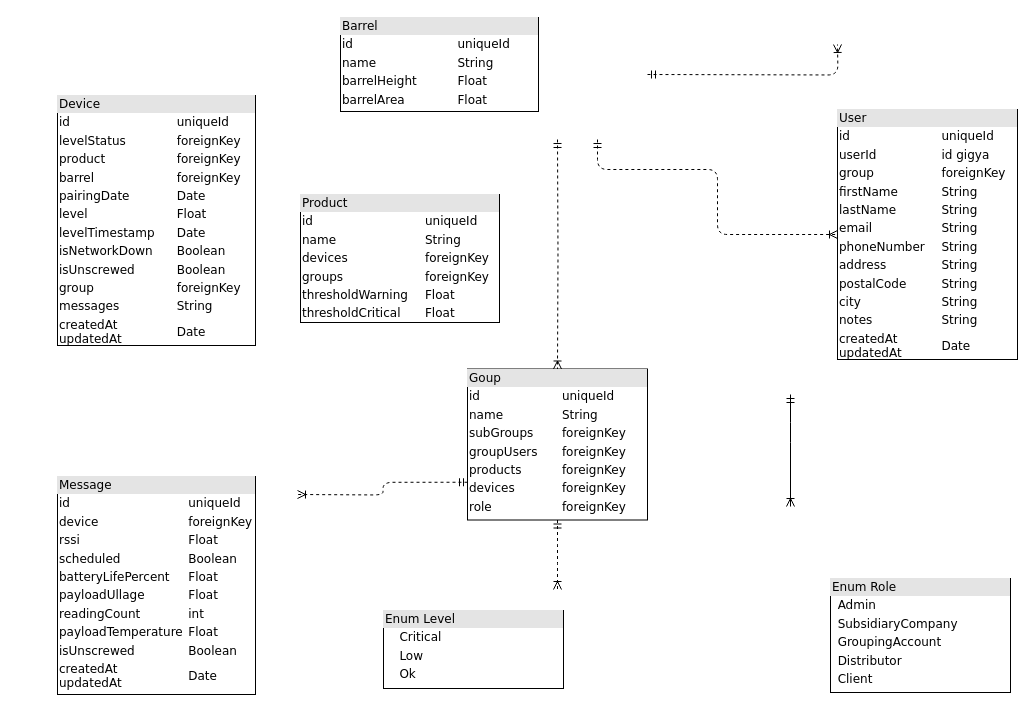
jerome-lechampion/cpp keeps this draw.io diagram as BDD.drawio. Above is the earlier version. Source tidied: cells renumbered, new cells numbered last; positions are measured from the earlier drawing's top-left corner, leaving out a move shared by most shapes. Both pictures are drawn from the tidied source at 100%, with x=0, y=0 at pixel (57, 17).
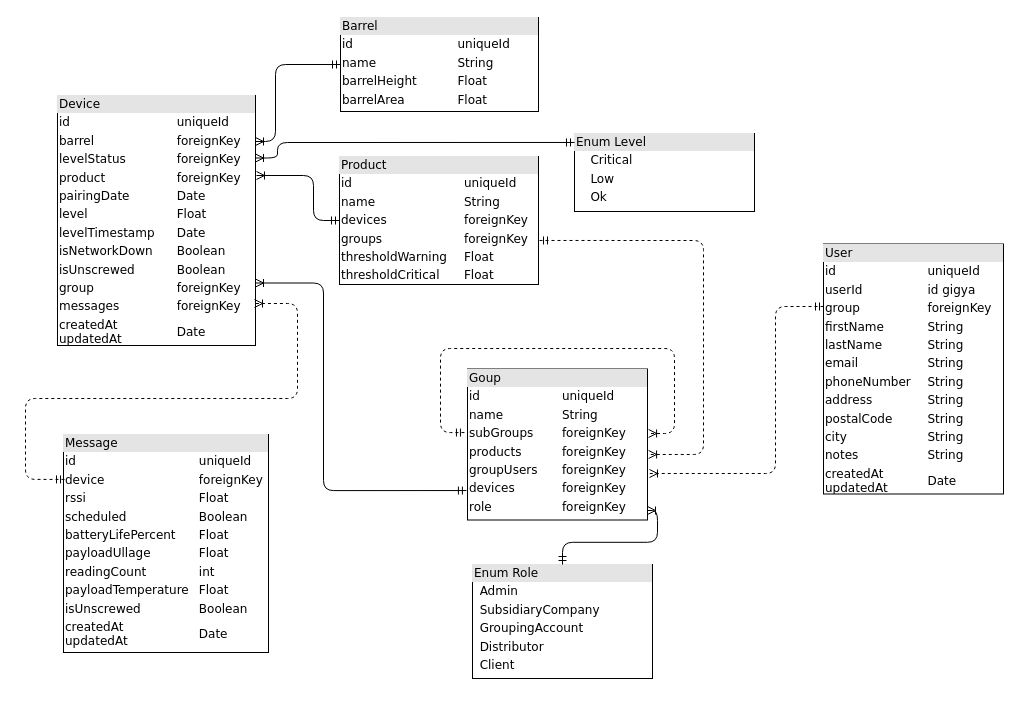
After the change.

Unchanged cells that the change refers to:
```xml
<mxCell id="11" value="&lt;div style=&quot;box-sizing: border-box ; width: 100% ; background: #e4e4e4 ; padding: 2px&quot;&gt;Barrel&lt;/div&gt;&lt;table style=&quot;width: 100% ; font-size: 1em&quot; cellpadding=&quot;2&quot; cellspacing=&quot;0&quot;&gt;&lt;tbody&gt;&lt;tr&gt;&lt;td&gt;id&lt;/td&gt;&lt;td&gt;uniqueId&lt;/td&gt;&lt;/tr&gt;&lt;tr&gt;&lt;td&gt;name&lt;/td&gt;&lt;td&gt;String&lt;br&gt;&lt;/td&gt;&lt;/tr&gt;&lt;tr&gt;&lt;td&gt;barrelHeight&lt;/td&gt;&lt;td&gt;Float&lt;br&gt;&lt;/td&gt;&lt;/tr&gt;&lt;tr&gt;&lt;td&gt;barrelArea&lt;br&gt;&lt;/td&gt;&lt;td&gt;Float&lt;br&gt;&lt;/td&gt;&lt;/tr&gt;&lt;tr&gt;&lt;td&gt;&lt;/td&gt;&lt;td&gt;&lt;/td&gt;&lt;/tr&gt;&lt;tr&gt;&lt;td&gt;&lt;br&gt;&lt;/td&gt;&lt;td&gt;&lt;/td&gt;&lt;/tr&gt;&lt;/tbody&gt;&lt;/table&gt;" style="verticalAlign=top;align=left;overflow=fill;html=1;rounded=0;shadow=0;comic=0;labelBackgroundColor=none;strokeWidth=1;fontFamily=Verdana;fontSize=12;" parent="1" vertex="1">
  <mxGeometry x="283" width="198" height="94" as="geometry" />
</mxCell>
```

What changed in the source:
```diff
@@
-    <mxCell id="2" style="edgeStyle=orthogonalEdgeStyle;html=1;entryX=0.5;entryY=0;dashed=1;labelBackgroundColor=none;startArrow=ERmandOne;endArrow=ERoneToMany;fontFamily=Verdana;fontSize=12;align=left;" parent="1" edge="1" target="9">
-      <mxGeometry relative="1" as="geometry">
-        <mxPoint x="500" y="122" as="sourcePoint" />
-      </mxGeometry>
-    </mxCell>
-    <mxCell id="3" style="edgeStyle=orthogonalEdgeStyle;html=1;dashed=1;labelBackgroundColor=none;startArrow=ERmandOne;endArrow=ERoneToMany;fontFamily=Verdana;fontSize=12;align=left;entryX=0;entryY=0.5;" parent="1" edge="1" target="10">
+    <mxCell id="3" style="edgeStyle=orthogonalEdgeStyle;html=1;dashed=1;labelBackgroundColor=none;startArrow=ERmandOne;endArrow=ERoneToMany;fontFamily=Verdana;fontSize=12;align=left;entryX=1.006;entryY=0.427;entryDx=0;entryDy=0;exitX=-0.017;exitY=0.421;exitDx=0;exitDy=0;entryPerimeter=0;exitPerimeter=0;" parent="1" edge="1" source="9" target="9">
       <mxGeometry relative="1" as="geometry">
-        <mxPoint x="540" y="122" as="sourcePoint" />
         <Array as="points">
-          <mxPoint x="540" y="152" />
-          <mxPoint x="660" y="152" />
-          <mxPoint x="660" y="217" />
+          <mxPoint x="383" y="415" />
+          <mxPoint x="383" y="331" />
+          <mxPoint x="617" y="331" />
+          <mxPoint x="617" y="416" />
         </Array>
       </mxGeometry>
     </mxCell>
-    <mxCell id="4" style="edgeStyle=orthogonalEdgeStyle;html=1;dashed=1;labelBackgroundColor=none;startArrow=ERmandOne;endArrow=ERoneToMany;fontFamily=Verdana;fontSize=12;align=left;" parent="1" edge="1">
-      <mxGeometry relative="1" as="geometry">
-        <mxPoint x="590" y="57" as="sourcePoint" />
-        <mxPoint x="780" y="27" as="targetPoint" />
-      </mxGeometry>
-    </mxCell>
-    <mxCell id="5" style="edgeStyle=orthogonalEdgeStyle;html=1;exitX=0;exitY=0.75;entryX=1;entryY=0.5;dashed=1;labelBackgroundColor=none;startArrow=ERmandOne;endArrow=ERoneToMany;fontFamily=Verdana;fontSize=12;align=left;" parent="1" edge="1" source="9">
-      <mxGeometry relative="1" as="geometry">
-        <mxPoint x="240" y="477" as="targetPoint" />
-      </mxGeometry>
-    </mxCell>
-    <mxCell id="6" style="edgeStyle=orthogonalEdgeStyle;html=1;entryX=0.5;entryY=0;labelBackgroundColor=none;startArrow=ERmandOne;endArrow=ERoneToMany;fontFamily=Verdana;fontSize=12;align=left;" parent="1" edge="1">
+    <mxCell id="6" style="edgeStyle=orthogonalEdgeStyle;html=1;labelBackgroundColor=none;startArrow=ERmandOne;endArrow=ERoneToMany;fontFamily=Verdana;fontSize=12;align=left;exitX=0;exitY=0.5;exitDx=0;exitDy=0;entryX=1;entryY=0.184;entryDx=0;entryDy=0;entryPerimeter=0;" parent="1" edge="1" source="11" target="13">
       <mxGeometry relative="1" as="geometry">
-        <mxPoint x="733" y="377" as="sourcePoint" />
-        <mxPoint x="733" y="489" as="targetPoint" />
         <Array as="points">
-          <mxPoint x="733" y="415" />
-          <mxPoint x="733" y="415" />
+          <mxPoint x="218" y="47" />
+          <mxPoint x="218" y="124" />
         </Array>
       </mxGeometry>
     </mxCell>
     <mxCell id="7" value="&lt;div style=&quot;box-sizing: border-box ; width: 100% ; background: #e4e4e4 ; padding: 2px&quot;&gt;Enum Role&lt;/div&gt;&lt;table style=&quot;width: 100% ; font-size: 1em&quot; cellpadding=&quot;2&quot; cellspacing=&quot;0&quot;&gt;&lt;tbody&gt;&lt;tr&gt;&lt;td&gt;&lt;/td&gt;&lt;td&gt;Admin&lt;/td&gt;&lt;/tr&gt;&lt;tr&gt;&lt;td&gt;&lt;br&gt;&lt;/td&gt;&lt;td&gt;SubsidiaryCompany&lt;br&gt;&lt;/td&gt;&lt;/tr&gt;&lt;tr&gt;&lt;td&gt;&lt;/td&gt;&lt;td&gt;GroupingAccount&lt;br&gt;&lt;/td&gt;&lt;/tr&gt;&lt;tr&gt;&lt;td&gt;&lt;/td&gt;&lt;td&gt;Distributor&lt;br&gt;&lt;/td&gt;&lt;/tr&gt;&lt;tr&gt;&lt;td&gt;&lt;br&gt;&lt;/td&gt;&lt;td&gt;Client&lt;br&gt;&lt;/td&gt;&lt;/tr&gt;&lt;tr&gt;&lt;td&gt;&lt;/td&gt;&lt;td&gt;&lt;br&gt;&lt;/td&gt;&lt;/tr&gt;&lt;tr&gt;&lt;td&gt;&lt;br&gt;&lt;/td&gt;&lt;td&gt;&lt;br&gt;&lt;/td&gt;&lt;/tr&gt;&lt;tr&gt;&lt;td&gt;&lt;br&gt;&lt;/td&gt;&lt;td&gt;&lt;br&gt;&lt;/td&gt;&lt;/tr&gt;&lt;tr&gt;&lt;td&gt;&lt;br&gt;&lt;/td&gt;&lt;td&gt;&lt;br&gt;&lt;/td&gt;&lt;/tr&gt;&lt;tr&gt;&lt;td&gt;&lt;br&gt;&lt;/td&gt;&lt;td&gt;&lt;br&gt;&lt;/td&gt;&lt;/tr&gt;&lt;/tbody&gt;&lt;/table&gt;" style="verticalAlign=top;align=left;overflow=fill;html=1;rounded=0;shadow=0;comic=0;labelBackgroundColor=none;strokeWidth=1;fontFamily=Verdana;fontSize=12;" parent="1" vertex="1">
-      <mxGeometry x="773" y="561" width="180" height="114" as="geometry" />
+      <mxGeometry x="415" y="547" width="180" height="114" as="geometry" />
     </mxCell>
-    <mxCell id="8" style="edgeStyle=orthogonalEdgeStyle;html=1;entryX=0.5;entryY=0;labelBackgroundColor=none;startArrow=ERmandOne;endArrow=ERoneToMany;fontFamily=Verdana;fontSize=12;align=left;dashed=1;" parent="1" edge="1" source="9">
-      <mxGeometry relative="1" as="geometry">
-        <mxPoint x="500" y="572" as="targetPoint" />
-      </mxGeometry>
-    </mxCell>
-    <mxCell id="9" value="&lt;div style=&quot;box-sizing: border-box ; width: 100% ; background: #e4e4e4 ; padding: 2px&quot;&gt;Goup&lt;/div&gt;&lt;table style=&quot;width: 100% ; font-size: 1em&quot; cellpadding=&quot;2&quot; cellspacing=&quot;0&quot;&gt;&lt;tbody&gt;&lt;tr&gt;&lt;td&gt;id&lt;/td&gt;&lt;td&gt;uniqueId&lt;/td&gt;&lt;/tr&gt;&lt;tr&gt;&lt;td&gt;name&lt;br&gt;&lt;/td&gt;&lt;td&gt;String&lt;br&gt;&lt;/td&gt;&lt;/tr&gt;&lt;tr&gt;&lt;td&gt;subGroups&lt;br&gt;&lt;/td&gt;&lt;td&gt;foreignKey&lt;/td&gt;&lt;/tr&gt;&lt;tr&gt;&lt;td&gt;groupUsers&lt;br&gt;&lt;/td&gt;&lt;td&gt;foreignKey&lt;br&gt;&lt;/td&gt;&lt;/tr&gt;&lt;tr&gt;&lt;td&gt;products&lt;br&gt;&lt;/td&gt;&lt;td&gt;foreignKey&lt;br&gt;&lt;/td&gt;&lt;/tr&gt;&lt;tr&gt;&lt;td&gt;devices&lt;br&gt;&lt;/td&gt;&lt;td&gt;foreignKey&lt;br&gt;&lt;/td&gt;&lt;/tr&gt;&lt;tr&gt;&lt;td&gt;role&lt;br&gt;&lt;/td&gt;&lt;td&gt;foreignKey&lt;br&gt;&lt;/td&gt;&lt;/tr&gt;&lt;tr&gt;&lt;td&gt;&lt;/td&gt;&lt;td&gt;&lt;/td&gt;&lt;/tr&gt;&lt;/tbody&gt;&lt;/table&gt;" style="verticalAlign=top;align=left;overflow=fill;html=1;rounded=0;shadow=0;comic=0;labelBackgroundColor=none;strokeWidth=1;fontFamily=Verdana;fontSize=12;" parent="1" vertex="1">
+    <mxCell id="9" value="&lt;div style=&quot;box-sizing: border-box ; width: 100% ; background: #e4e4e4 ; padding: 2px&quot;&gt;Goup&lt;/div&gt;&lt;table style=&quot;width: 100% ; font-size: 1em&quot; cellpadding=&quot;2&quot; cellspacing=&quot;0&quot;&gt;&lt;tbody&gt;&lt;tr&gt;&lt;td&gt;id&lt;/td&gt;&lt;td&gt;uniqueId&lt;/td&gt;&lt;/tr&gt;&lt;tr&gt;&lt;td&gt;name&lt;br&gt;&lt;/td&gt;&lt;td&gt;String&lt;br&gt;&lt;/td&gt;&lt;/tr&gt;&lt;tr&gt;&lt;td&gt;subGroups&lt;br&gt;&lt;/td&gt;&lt;td&gt;foreignKey&lt;/td&gt;&lt;/tr&gt;&lt;tr&gt;&lt;td&gt;products&lt;br&gt;&lt;/td&gt;&lt;td&gt;foreignKey&lt;br&gt;&lt;/td&gt;&lt;/tr&gt;&lt;tr&gt;&lt;td&gt;groupUsers&lt;br&gt;&lt;/td&gt;&lt;td&gt;foreignKey&lt;br&gt;&lt;/td&gt;&lt;/tr&gt;&lt;tr&gt;&lt;td&gt;devices&lt;br&gt;&lt;/td&gt;&lt;td&gt;foreignKey&lt;br&gt;&lt;/td&gt;&lt;/tr&gt;&lt;tr&gt;&lt;td&gt;role&lt;br&gt;&lt;/td&gt;&lt;td&gt;foreignKey&lt;br&gt;&lt;/td&gt;&lt;/tr&gt;&lt;tr&gt;&lt;td&gt;&lt;/td&gt;&lt;td&gt;&lt;/td&gt;&lt;/tr&gt;&lt;/tbody&gt;&lt;/table&gt;" style="verticalAlign=top;align=left;overflow=fill;html=1;rounded=0;shadow=0;comic=0;labelBackgroundColor=none;strokeWidth=1;fontFamily=Verdana;fontSize=12;" parent="1" vertex="1">
       <mxGeometry x="410" y="351.5" width="180" height="151" as="geometry" />
     </mxCell>
     <mxCell id="10" value="&lt;div style=&quot;box-sizing: border-box ; width: 100% ; background: #e4e4e4 ; padding: 2px&quot;&gt;User&lt;/div&gt;&lt;table style=&quot;width: 100% ; font-size: 1em&quot; cellpadding=&quot;2&quot; cellspacing=&quot;0&quot;&gt;&lt;tbody&gt;&lt;tr&gt;&lt;td&gt;id&lt;/td&gt;&lt;td&gt;uniqueId&lt;/td&gt;&lt;/tr&gt;&lt;tr&gt;&lt;td&gt;userId&lt;/td&gt;&lt;td&gt;id gigya&lt;/td&gt;&lt;/tr&gt;&lt;tr&gt;&lt;td&gt;group&lt;/td&gt;&lt;td&gt;foreignKey&lt;br&gt;&lt;/td&gt;&lt;/tr&gt;&lt;tr&gt;&lt;td&gt;firstName&lt;br&gt;&lt;/td&gt;&lt;td&gt;String&lt;br&gt;&lt;/td&gt;&lt;/tr&gt;&lt;tr&gt;&lt;td&gt;lastName&lt;br&gt;&lt;/td&gt;&lt;td&gt;String&lt;br&gt;&lt;/td&gt;&lt;/tr&gt;&lt;tr&gt;&lt;td&gt;email&lt;/td&gt;&lt;td&gt;String&lt;br&gt;&lt;/td&gt;&lt;/tr&gt;&lt;tr&gt;&lt;td&gt;phoneNumber&lt;br&gt;&lt;/td&gt;&lt;td&gt;String&lt;br&gt;&lt;/td&gt;&lt;/tr&gt;&lt;tr&gt;&lt;td&gt;address&lt;br&gt;&lt;/td&gt;&lt;td&gt;String&lt;br&gt;&lt;/td&gt;&lt;/tr&gt;&lt;tr&gt;&lt;td&gt;postalCode&lt;br&gt;&lt;/td&gt;&lt;td&gt;String&lt;br&gt;&lt;/td&gt;&lt;/tr&gt;&lt;tr&gt;&lt;td&gt;city&lt;/td&gt;&lt;td&gt;String&lt;br&gt;&lt;/td&gt;&lt;/tr&gt;&lt;tr&gt;&lt;td&gt;notes&lt;/td&gt;&lt;td&gt;String&lt;/td&gt;&lt;/tr&gt;&lt;tr&gt;&lt;td&gt;createdAt&lt;br&gt;updatedAt&lt;/td&gt;&lt;td&gt;Date&lt;/td&gt;&lt;/tr&gt;&lt;/tbody&gt;&lt;/table&gt;" style="verticalAlign=top;align=left;overflow=fill;html=1;rounded=0;shadow=0;comic=0;labelBackgroundColor=none;strokeWidth=1;fontFamily=Verdana;fontSize=12;" parent="1" vertex="1">
-      <mxGeometry x="780" y="92" width="180" height="250" as="geometry" />
+      <mxGeometry x="766" y="226.5" width="180" height="250" as="geometry" />
     </mxCell>
@@
     <mxCell id="12" value="&lt;div style=&quot;box-sizing: border-box ; width: 100% ; background: #e4e4e4 ; padding: 2px&quot;&gt;Message&lt;/div&gt;&lt;table style=&quot;width: 100% ; font-size: 1em&quot; cellpadding=&quot;2&quot; cellspacing=&quot;0&quot;&gt;&lt;tbody&gt;&lt;tr&gt;&lt;td&gt;id&lt;/td&gt;&lt;td&gt;uniqueId&lt;/td&gt;&lt;/tr&gt;&lt;tr&gt;&lt;td&gt;device&lt;/td&gt;&lt;td&gt;foreignKey&lt;br&gt;&lt;/td&gt;&lt;/tr&gt;&lt;tr&gt;&lt;td&gt;rssi&lt;/td&gt;&lt;td&gt;Float&lt;br&gt;&lt;/td&gt;&lt;/tr&gt;&lt;tr&gt;&lt;td&gt;scheduled&lt;br&gt;&lt;/td&gt;&lt;td&gt;Boolean&lt;br&gt;&lt;/td&gt;&lt;/tr&gt;&lt;tr&gt;&lt;td&gt;batteryLifePercent&lt;br&gt;&lt;/td&gt;&lt;td&gt;Float&lt;br&gt;&lt;/td&gt;&lt;/tr&gt;&lt;tr&gt;&lt;td&gt;payloadUllage&lt;/td&gt;&lt;td&gt;Float&lt;br&gt;&lt;/td&gt;&lt;/tr&gt;&lt;tr&gt;&lt;td&gt;readingCount&lt;br&gt;&lt;/td&gt;&lt;td&gt;int&lt;br&gt;&lt;/td&gt;&lt;/tr&gt;&lt;tr&gt;&lt;td&gt;payloadTemperature&lt;br&gt;&lt;/td&gt;&lt;td&gt;Float&lt;br&gt;&lt;/td&gt;&lt;/tr&gt;&lt;tr&gt;&lt;td&gt;isUnscrewed&lt;br&gt;&lt;/td&gt;&lt;td&gt;Boolean&lt;/td&gt;&lt;/tr&gt;&lt;tr&gt;&lt;td&gt;createdAt&lt;br&gt;updatedAt&lt;/td&gt;&lt;td&gt;Date&lt;/td&gt;&lt;/tr&gt;&lt;/tbody&gt;&lt;/table&gt;" style="verticalAlign=top;align=left;overflow=fill;html=1;rounded=0;shadow=0;comic=0;labelBackgroundColor=none;strokeWidth=1;fontFamily=Verdana;fontSize=12;" parent="1" vertex="1">
-      <mxGeometry y="459" width="198" height="218" as="geometry" />
+      <mxGeometry x="6" y="417" width="205" height="218" as="geometry" />
     </mxCell>
-    <mxCell id="13" value="&lt;div style=&quot;box-sizing: border-box ; width: 100% ; background: #e4e4e4 ; padding: 2px&quot;&gt;Device&lt;/div&gt;&lt;table style=&quot;width: 100% ; font-size: 1em&quot; cellpadding=&quot;2&quot; cellspacing=&quot;0&quot;&gt;&lt;tbody&gt;&lt;tr&gt;&lt;td&gt;id&lt;/td&gt;&lt;td&gt;uniqueId&lt;/td&gt;&lt;/tr&gt;&lt;tr&gt;&lt;td&gt;levelStatus&lt;/td&gt;&lt;td&gt;foreignKey&lt;br&gt;&lt;/td&gt;&lt;/tr&gt;&lt;tr&gt;&lt;td&gt;product&lt;/td&gt;&lt;td&gt;foreignKey&lt;br&gt;&lt;/td&gt;&lt;/tr&gt;&lt;tr&gt;&lt;td&gt;barrel&lt;br&gt;&lt;/td&gt;&lt;td&gt;foreignKey&lt;br&gt;&lt;/td&gt;&lt;/tr&gt;&lt;tr&gt;&lt;td&gt;pairingDate&lt;br&gt;&lt;/td&gt;&lt;td&gt;Date&lt;br&gt;&lt;/td&gt;&lt;/tr&gt;&lt;tr&gt;&lt;td&gt;level&lt;/td&gt;&lt;td&gt;Float&lt;br&gt;&lt;/td&gt;&lt;/tr&gt;&lt;tr&gt;&lt;td&gt;levelTimestamp&lt;br&gt;&lt;/td&gt;&lt;td&gt;Date&lt;br&gt;&lt;/td&gt;&lt;/tr&gt;&lt;tr&gt;&lt;td&gt;isNetworkDown&lt;br&gt;&lt;/td&gt;&lt;td&gt;Boolean&lt;br&gt;&lt;/td&gt;&lt;/tr&gt;&lt;tr&gt;&lt;td&gt;isUnscrewed&lt;br&gt;&lt;/td&gt;&lt;td&gt;Boolean&lt;br&gt;&lt;/td&gt;&lt;/tr&gt;&lt;tr&gt;&lt;td&gt;group&lt;/td&gt;&lt;td&gt;foreignKey&lt;br&gt;&lt;/td&gt;&lt;/tr&gt;&lt;tr&gt;&lt;td&gt;messages&lt;/td&gt;&lt;td&gt;String&lt;/td&gt;&lt;/tr&gt;&lt;tr&gt;&lt;td&gt;createdAt&lt;br&gt;updatedAt&lt;/td&gt;&lt;td&gt;Date&lt;/td&gt;&lt;/tr&gt;&lt;/tbody&gt;&lt;/table&gt;" style="verticalAlign=top;align=left;overflow=fill;html=1;rounded=0;shadow=0;comic=0;labelBackgroundColor=none;strokeWidth=1;fontFamily=Verdana;fontSize=12;" parent="1" vertex="1">
+    <mxCell id="13" value="&lt;div style=&quot;box-sizing: border-box ; width: 100% ; background: #e4e4e4 ; padding: 2px&quot;&gt;Device&lt;/div&gt;&lt;table style=&quot;width: 100% ; font-size: 1em&quot; cellpadding=&quot;2&quot; cellspacing=&quot;0&quot;&gt;&lt;tbody&gt;&lt;tr&gt;&lt;td&gt;id&lt;/td&gt;&lt;td&gt;uniqueId&lt;/td&gt;&lt;/tr&gt;&lt;tr&gt;&lt;td&gt;barrel&lt;br&gt;&lt;/td&gt;&lt;td&gt;foreignKey&lt;br&gt;&lt;/td&gt;&lt;/tr&gt;&lt;tr&gt;&lt;td&gt;levelStatus&lt;br&gt;&lt;/td&gt;&lt;td&gt;foreignKey&lt;br&gt;&lt;/td&gt;&lt;/tr&gt;&lt;tr&gt;&lt;td&gt;product&lt;br&gt;&lt;/td&gt;&lt;td&gt;foreignKey&lt;br&gt;&lt;/td&gt;&lt;/tr&gt;&lt;tr&gt;&lt;td&gt;pairingDate&lt;br&gt;&lt;/td&gt;&lt;td&gt;Date&lt;br&gt;&lt;/td&gt;&lt;/tr&gt;&lt;tr&gt;&lt;td&gt;level&lt;/td&gt;&lt;td&gt;Float&lt;br&gt;&lt;/td&gt;&lt;/tr&gt;&lt;tr&gt;&lt;td&gt;levelTimestamp&lt;br&gt;&lt;/td&gt;&lt;td&gt;Date&lt;br&gt;&lt;/td&gt;&lt;/tr&gt;&lt;tr&gt;&lt;td&gt;isNetworkDown&lt;br&gt;&lt;/td&gt;&lt;td&gt;Boolean&lt;br&gt;&lt;/td&gt;&lt;/tr&gt;&lt;tr&gt;&lt;td&gt;isUnscrewed&lt;br&gt;&lt;/td&gt;&lt;td&gt;Boolean&lt;br&gt;&lt;/td&gt;&lt;/tr&gt;&lt;tr&gt;&lt;td&gt;group&lt;/td&gt;&lt;td&gt;foreignKey&lt;br&gt;&lt;/td&gt;&lt;/tr&gt;&lt;tr&gt;&lt;td&gt;messages&lt;/td&gt;&lt;td&gt;foreignKey&lt;br&gt;&lt;/td&gt;&lt;/tr&gt;&lt;tr&gt;&lt;td&gt;createdAt&lt;br&gt;updatedAt&lt;/td&gt;&lt;td&gt;Date&lt;/td&gt;&lt;/tr&gt;&lt;/tbody&gt;&lt;/table&gt;" style="verticalAlign=top;align=left;overflow=fill;html=1;rounded=0;shadow=0;comic=0;labelBackgroundColor=none;strokeWidth=1;fontFamily=Verdana;fontSize=12;" parent="1" vertex="1">
       <mxGeometry y="78" width="198" height="250" as="geometry" />
     </mxCell>
     <mxCell id="14" value="&lt;div style=&quot;box-sizing: border-box ; width: 100% ; background: #e4e4e4 ; padding: 2px&quot;&gt;Product&lt;/div&gt;&lt;table style=&quot;width: 100% ; font-size: 1em&quot; cellpadding=&quot;2&quot; cellspacing=&quot;0&quot;&gt;&lt;tbody&gt;&lt;tr&gt;&lt;td&gt;id&lt;/td&gt;&lt;td&gt;uniqueId&lt;/td&gt;&lt;/tr&gt;&lt;tr&gt;&lt;td&gt;name&lt;br&gt;&lt;/td&gt;&lt;td&gt;String&lt;br&gt;&lt;/td&gt;&lt;/tr&gt;&lt;tr&gt;&lt;td&gt;devices&lt;br&gt;&lt;/td&gt;&lt;td&gt;foreignKey&lt;/td&gt;&lt;/tr&gt;&lt;tr&gt;&lt;td&gt;groups&lt;br&gt;&lt;/td&gt;&lt;td&gt;foreignKey&lt;br&gt;&lt;/td&gt;&lt;/tr&gt;&lt;tr&gt;&lt;td&gt;thresholdWarning&lt;br&gt;&lt;/td&gt;&lt;td&gt;Float&lt;br&gt;&lt;/td&gt;&lt;/tr&gt;&lt;tr&gt;&lt;td&gt;thresholdCritical&lt;br&gt;&lt;/td&gt;&lt;td&gt;Float&lt;/td&gt;&lt;/tr&gt;&lt;tr&gt;&lt;td&gt;&lt;/td&gt;&lt;td&gt;&lt;/td&gt;&lt;/tr&gt;&lt;/tbody&gt;&lt;/table&gt;" style="verticalAlign=top;align=left;overflow=fill;html=1;rounded=0;shadow=0;comic=0;labelBackgroundColor=none;strokeWidth=1;fontFamily=Verdana;fontSize=12;" parent="1" vertex="1">
-      <mxGeometry x="243" y="177" width="199" height="128" as="geometry" />
+      <mxGeometry x="282" y="139" width="199" height="128" as="geometry" />
     </mxCell>
     <mxCell id="15" value="&lt;div style=&quot;box-sizing: border-box ; width: 100% ; background: #e4e4e4 ; padding: 2px&quot;&gt;Enum Level&lt;/div&gt;&lt;table style=&quot;width: 100% ; font-size: 1em&quot; cellpadding=&quot;2&quot; cellspacing=&quot;0&quot;&gt;&lt;tbody&gt;&lt;tr&gt;&lt;td&gt;&lt;/td&gt;&lt;td&gt;Critical&lt;/td&gt;&lt;/tr&gt;&lt;tr&gt;&lt;td&gt;&lt;br&gt;&lt;/td&gt;&lt;td&gt;Low&lt;br&gt;&lt;/td&gt;&lt;/tr&gt;&lt;tr&gt;&lt;td&gt;&lt;/td&gt;&lt;td&gt;Ok&lt;/td&gt;&lt;/tr&gt;&lt;tr&gt;&lt;td&gt;&lt;/td&gt;&lt;td&gt;&lt;br&gt;&lt;/td&gt;&lt;/tr&gt;&lt;tr&gt;&lt;td&gt;&lt;br&gt;&lt;/td&gt;&lt;td&gt;&lt;br&gt;&lt;/td&gt;&lt;/tr&gt;&lt;tr&gt;&lt;td&gt;&lt;br&gt;&lt;/td&gt;&lt;td&gt;&lt;br&gt;&lt;/td&gt;&lt;/tr&gt;&lt;tr&gt;&lt;td&gt;&lt;br&gt;&lt;/td&gt;&lt;td&gt;&lt;br&gt;&lt;/td&gt;&lt;/tr&gt;&lt;tr&gt;&lt;td&gt;&lt;br&gt;&lt;/td&gt;&lt;td&gt;&lt;br&gt;&lt;/td&gt;&lt;/tr&gt;&lt;/tbody&gt;&lt;/table&gt;" style="verticalAlign=top;align=left;overflow=fill;html=1;rounded=0;shadow=0;comic=0;labelBackgroundColor=none;strokeWidth=1;fontFamily=Verdana;fontSize=12;" parent="1" vertex="1">
-      <mxGeometry x="326" y="593" width="180" height="78" as="geometry" />
+      <mxGeometry x="517" y="116" width="180" height="78" as="geometry" />
     </mxCell>
+    <mxCell id="16" style="edgeStyle=orthogonalEdgeStyle;html=1;entryX=1;entryY=0.937;labelBackgroundColor=none;startArrow=ERmandOne;endArrow=ERoneToMany;fontFamily=Verdana;fontSize=12;align=left;entryDx=0;entryDy=0;entryPerimeter=0;" parent="1" edge="1" source="7" target="9">
+      <mxGeometry relative="1" as="geometry" />
+    </mxCell>
+    <mxCell id="17" style="edgeStyle=orthogonalEdgeStyle;html=1;entryX=1.005;entryY=0.32;labelBackgroundColor=none;startArrow=ERmandOne;endArrow=ERoneToMany;fontFamily=Verdana;fontSize=12;align=left;exitX=0;exitY=0.5;exitDx=0;exitDy=0;entryDx=0;entryDy=0;entryPerimeter=0;" parent="1" edge="1" source="14" target="13">
+      <mxGeometry relative="1" as="geometry">
+        <Array as="points">
+          <mxPoint x="256" y="203" />
+          <mxPoint x="256" y="158" />
+        </Array>
+      </mxGeometry>
+    </mxCell>
+    <mxCell id="18" style="edgeStyle=orthogonalEdgeStyle;html=1;entryX=1;entryY=0.75;labelBackgroundColor=none;startArrow=ERmandOne;endArrow=ERoneToMany;fontFamily=Verdana;fontSize=12;align=left;exitX=-0.006;exitY=0.805;exitDx=0;exitDy=0;entryDx=0;entryDy=0;exitPerimeter=0;" parent="1" edge="1" source="9" target="13">
+      <mxGeometry relative="1" as="geometry">
+        <Array as="points">
+          <mxPoint x="266" y="473" />
+          <mxPoint x="266" y="266" />
+        </Array>
+      </mxGeometry>
+    </mxCell>
+    <mxCell id="19" style="edgeStyle=orthogonalEdgeStyle;html=1;entryX=1;entryY=0.25;labelBackgroundColor=none;startArrow=ERmandOne;endArrow=ERoneToMany;fontFamily=Verdana;fontSize=12;align=left;exitX=0;exitY=0.115;exitDx=0;exitDy=0;exitPerimeter=0;entryDx=0;entryDy=0;" parent="1" edge="1" source="15" target="13">
+      <mxGeometry relative="1" as="geometry">
+        <Array as="points">
+          <mxPoint x="220" y="125" />
+          <mxPoint x="220" y="141" />
+        </Array>
+      </mxGeometry>
+    </mxCell>
+    <mxCell id="20" style="edgeStyle=orthogonalEdgeStyle;html=1;dashed=1;labelBackgroundColor=none;startArrow=ERmandOne;endArrow=ERoneToMany;fontFamily=Verdana;fontSize=12;align=left;entryX=1.006;entryY=0.566;entryDx=0;entryDy=0;entryPerimeter=0;exitX=1.005;exitY=0.656;exitDx=0;exitDy=0;exitPerimeter=0;" parent="1" edge="1" source="14" target="9">
+      <mxGeometry relative="1" as="geometry">
+        <Array as="points">
+          <mxPoint x="646" y="223" />
+          <mxPoint x="646" y="437" />
+        </Array>
+      </mxGeometry>
+    </mxCell>
+    <mxCell id="21" style="edgeStyle=orthogonalEdgeStyle;html=1;dashed=1;labelBackgroundColor=none;startArrow=ERmandOne;endArrow=ERoneToMany;fontFamily=Verdana;fontSize=12;align=left;entryX=1.011;entryY=0.692;entryDx=0;entryDy=0;exitX=0;exitY=0.25;exitDx=0;exitDy=0;entryPerimeter=0;" parent="1" edge="1" source="10" target="9">
+      <mxGeometry relative="1" as="geometry">
+        <Array as="points">
+          <mxPoint x="718" y="289" />
+          <mxPoint x="718" y="456" />
+        </Array>
+      </mxGeometry>
+    </mxCell>
+    <mxCell id="22" style="edgeStyle=orthogonalEdgeStyle;html=1;dashed=1;labelBackgroundColor=none;startArrow=ERmandOne;endArrow=ERoneToMany;fontFamily=Verdana;fontSize=12;align=left;entryX=0.995;entryY=0.832;entryDx=0;entryDy=0;exitX=0.005;exitY=0.206;exitDx=0;exitDy=0;entryPerimeter=0;exitPerimeter=0;" parent="1" edge="1" source="12" target="13">
+      <mxGeometry relative="1" as="geometry">
+        <Array as="points">
+          <mxPoint x="-32" y="462" />
+          <mxPoint x="-32" y="381" />
+          <mxPoint x="240" y="381" />
+          <mxPoint x="240" y="286" />
+        </Array>
+      </mxGeometry>
+    </mxCell>
```
